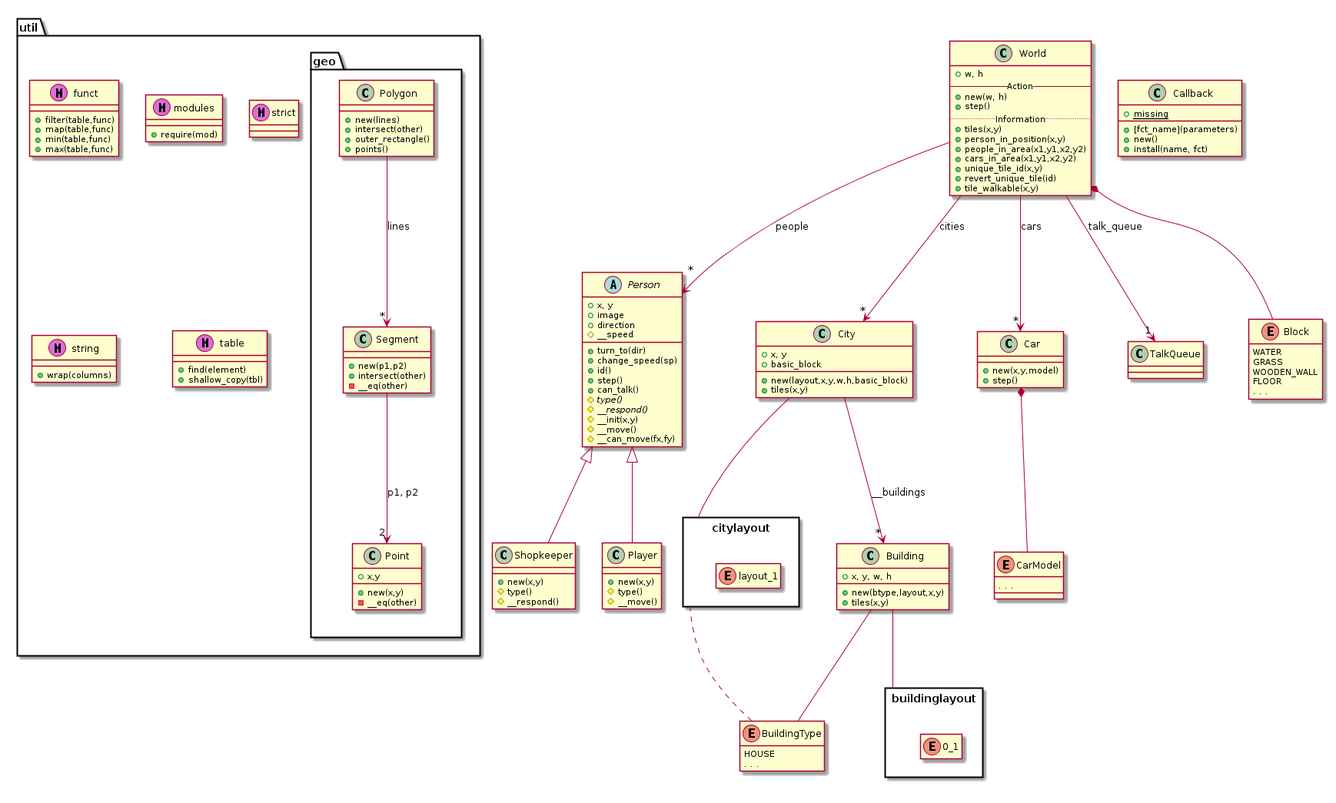
Above: doc/engine.png in andrenho/newhope (PlantUML), before the change.
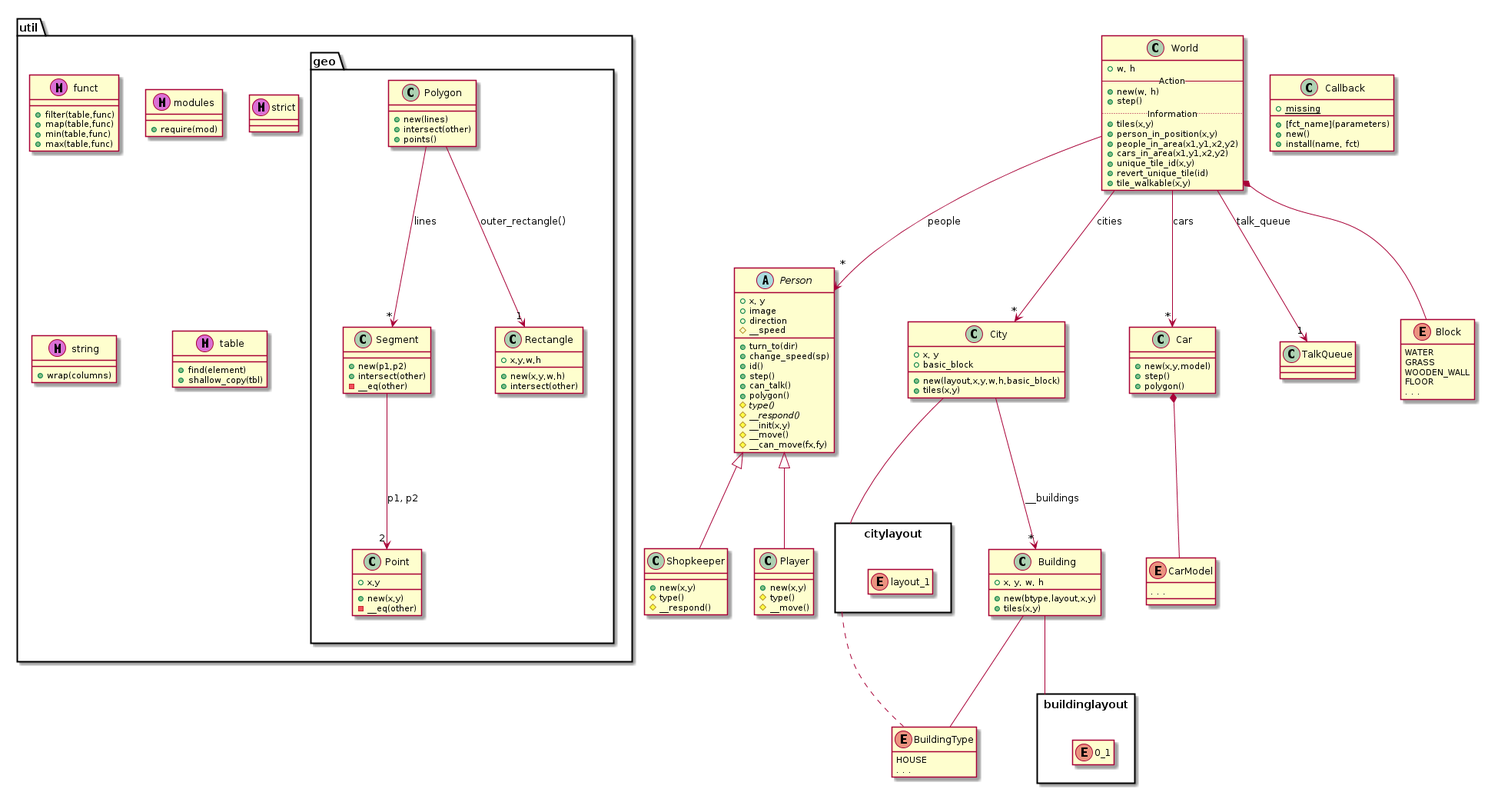
After the commit.

The edit, as a diff of the source:
```diff
@@ -34,8 +34,10 @@
     class Point
     class Segment
     class Polygon
+    class Rectangle
     Segment --> "2" Point: p1, p2
     Polygon --> "*" Segment: lines
+    Polygon --> "1" Rectangle: outer_rectangle()
   }
 }
 
@@ -64,6 +66,7 @@
   +id()
   +step()
   +can_talk()
+  +polygon()
   #{abstract} type()
   #{abstract} __respond()
   #__init(x,y)
@@ -86,6 +89,7 @@
 class Car {
   +new(x,y,model)
   +step()
+  +polygon()
 }
 
 enum CarModel {
@@ -167,8 +171,13 @@
 class Polygon {
   +new(lines)
   +intersect(other)
-  +outer_rectangle()
   +points()
 }
 
+class Rectangle {
+  +x,y,w,h
+  +new(x,y,w,h)
+  +intersect(other)
+}
+
 @enduml
```
